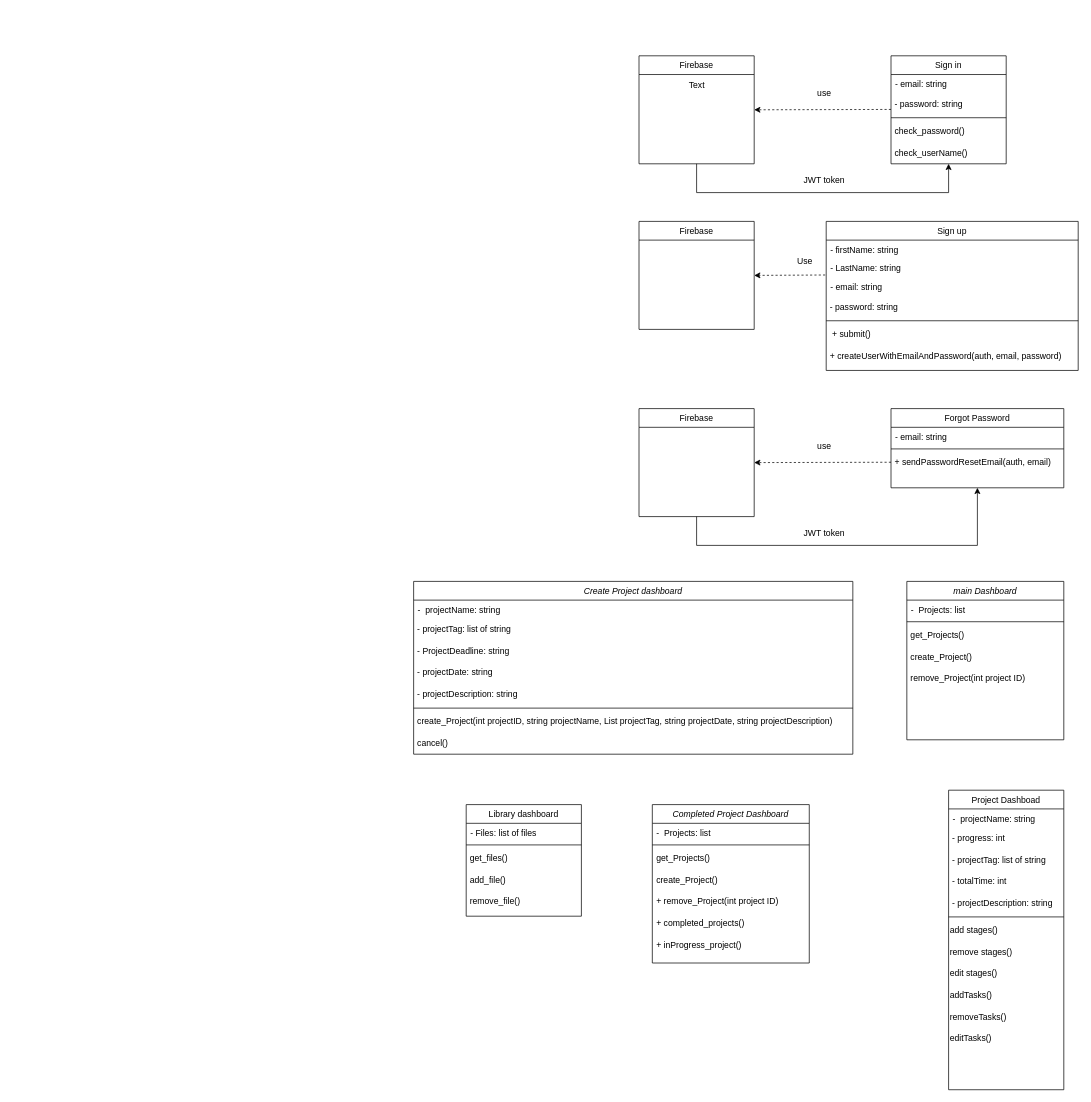
The draw.io diagram Documentation/Class Diagram.drawio in Caguilar92/HobbyPro, before the edit. Source tidied: cells renumbered, new cells numbered last; positions are measured from the earlier drawing's top-left corner, leaving out a move shared by most shapes. Both pictures are drawn from the tidied source at 72%, with x=0, y=0 at pixel (413, 55).
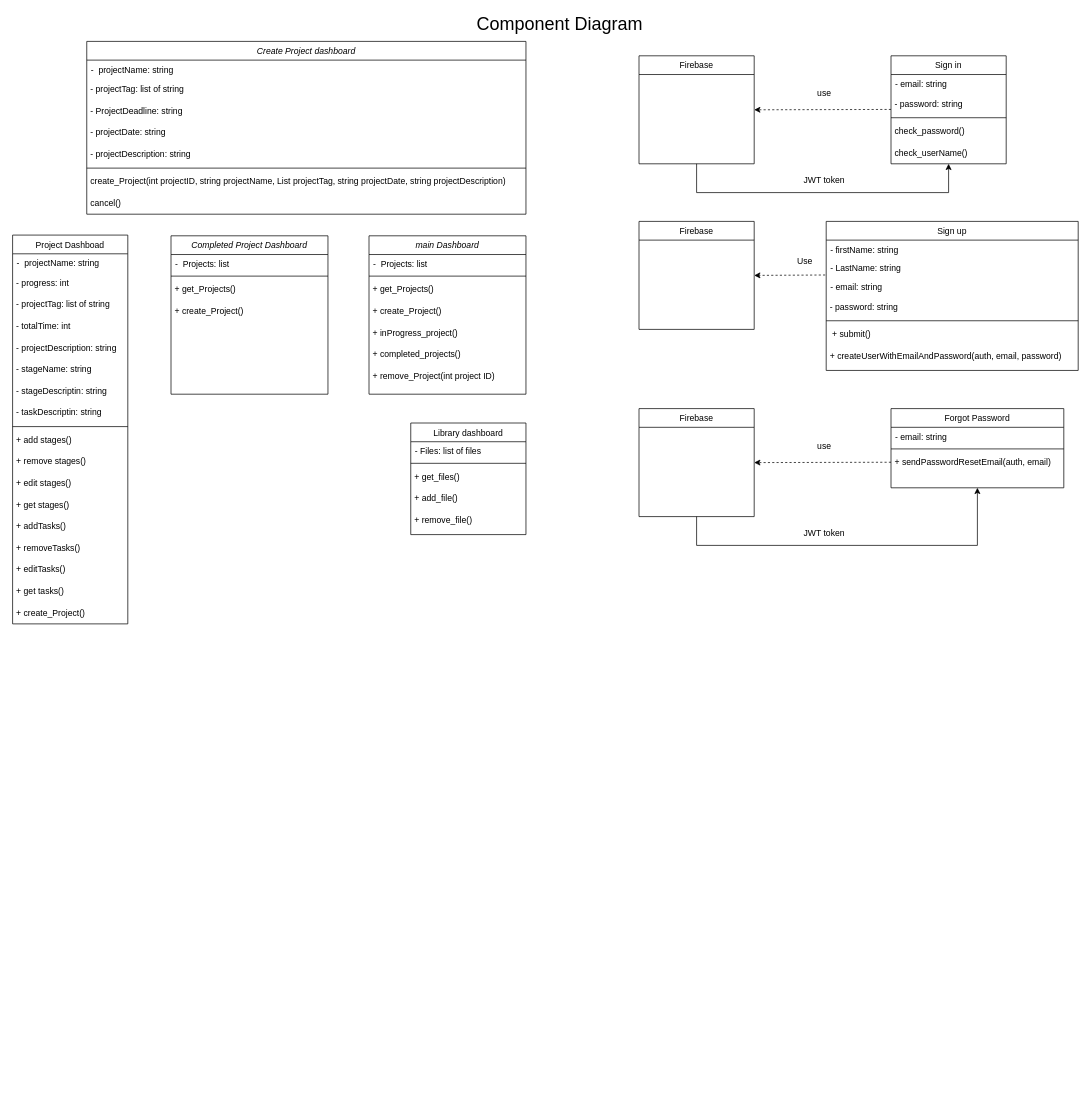
Above is the later version.

Commit message (it also covers changes not shown here):
fixes to class diagram and added png file for class diagram

Unchanged cells that the change refers to:
```xml
<mxCell id="34" value="Firebase" style="swimlane;fontStyle=0;align=center;verticalAlign=top;horizontal=1;startSize=26;rounded=0;shadow=0;strokeWidth=1;" parent="1" vertex="1">
  <mxGeometry x="313" width="160" height="150" as="geometry" />
</mxCell>
```

What changed in the source:
```diff
@@
     <mxCell id="2" value="main Dashboard " style="swimlane;fontStyle=2;align=center;verticalAlign=top;horizontal=1;startSize=26;rounded=0;shadow=0;strokeWidth=1;" parent="1" vertex="1">
-      <mxGeometry x="685" y="730" width="218" height="220" as="geometry" />
+      <mxGeometry x="-62" y="250" width="218" height="220" as="geometry" />
     </mxCell>
@@
-    <mxCell id="5" value="&amp;nbsp;get_Projects()" style="text;html=1;align=left;verticalAlign=middle;whiteSpace=wrap;rounded=0;" parent="2" vertex="1">
+    <mxCell id="5" value="&amp;nbsp;+ get_Projects()" style="text;html=1;align=left;verticalAlign=middle;whiteSpace=wrap;rounded=0;" parent="2" vertex="1">
       <mxGeometry y="60" width="218" height="30" as="geometry" />
     </mxCell>
-    <mxCell id="6" value="&lt;div align=&quot;left&quot;&gt;&amp;nbsp;create_Project()&lt;/div&gt;" style="text;html=1;align=left;verticalAlign=middle;strokeColor=none;fillColor=none;" parent="2" vertex="1">
+    <mxCell id="6" value="&amp;nbsp;+ create_Project()" style="text;html=1;align=left;verticalAlign=middle;strokeColor=none;fillColor=none;" parent="2" vertex="1">
       <mxGeometry y="90" width="218" height="30" as="geometry" />
     </mxCell>
+    <mxCell id="75" value="&amp;nbsp;+ inProgress_project()" style="text;html=1;align=left;verticalAlign=middle;whiteSpace=wrap;rounded=0;" parent="2" vertex="1">
+      <mxGeometry y="120" width="218" height="30" as="geometry" />
+    </mxCell>
+    <mxCell id="74" value="&amp;nbsp;+ completed_projects()" style="text;html=1;align=left;verticalAlign=middle;strokeColor=none;fillColor=none;" parent="2" vertex="1">
+      <mxGeometry y="150" width="218" height="30" as="geometry" />
+    </mxCell>
-    <mxCell id="7" value="&lt;div align=&quot;left&quot;&gt;&amp;nbsp;remove_Project(int project ID)&lt;/div&gt;" style="text;html=1;align=left;verticalAlign=middle;strokeColor=none;fillColor=none;" parent="2" vertex="1">
-      <mxGeometry y="120" width="218" height="30" as="geometry" />
+    <mxCell id="7" value="&amp;nbsp;+ remove_Project(int project ID)" style="text;html=1;align=left;verticalAlign=middle;strokeColor=none;fillColor=none;" parent="2" vertex="1">
+      <mxGeometry y="180" width="218" height="30" as="geometry" />
     </mxCell>
     <mxCell id="8" value="Library dashboard" style="swimlane;fontStyle=0;align=center;verticalAlign=top;horizontal=1;startSize=26;rounded=0;shadow=0;strokeWidth=1;" parent="1" vertex="1">
-      <mxGeometry x="73" y="1040" width="160" height="155" as="geometry" />
+      <mxGeometry x="-4" y="510" width="160" height="155" as="geometry" />
     </mxCell>
@@
-    <mxCell id="11" value="&amp;nbsp;get_files()" style="text;html=1;align=left;verticalAlign=middle;strokeColor=none;fillColor=none;" parent="8" vertex="1">
+    <mxCell id="11" value="&amp;nbsp;+ get_files()" style="text;html=1;align=left;verticalAlign=middle;strokeColor=none;fillColor=none;" parent="8" vertex="1">
       <mxGeometry y="60" width="160" height="30" as="geometry" />
     </mxCell>
-    <mxCell id="12" value="&lt;div align=&quot;left&quot;&gt;&amp;nbsp;add_file()&lt;/div&gt;" style="text;html=1;align=left;verticalAlign=middle;strokeColor=none;fillColor=none;" parent="8" vertex="1">
+    <mxCell id="12" value="&amp;nbsp;+ add_file()" style="text;html=1;align=left;verticalAlign=middle;strokeColor=none;fillColor=none;" parent="8" vertex="1">
       <mxGeometry y="90" width="160" height="30" as="geometry" />
     </mxCell>
-    <mxCell id="13" value="&amp;nbsp;remove_file()" style="text;html=1;align=left;verticalAlign=middle;strokeColor=none;fillColor=none;" parent="8" vertex="1">
+    <mxCell id="13" value="&amp;nbsp;+ remove_file()" style="text;html=1;align=left;verticalAlign=middle;strokeColor=none;fillColor=none;" parent="8" vertex="1">
       <mxGeometry y="120" width="160" height="30" as="geometry" />
     </mxCell>
     <mxCell id="14" value="Project Dashboad" style="swimlane;fontStyle=0;align=center;verticalAlign=top;horizontal=1;startSize=26;rounded=0;shadow=0;strokeWidth=1;" parent="1" vertex="1">
-      <mxGeometry x="743" y="1020" width="160" height="416" as="geometry" />
+      <mxGeometry x="-557" y="249" width="160" height="540" as="geometry" />
     </mxCell>
@@
+    <mxCell id="76" value="&lt;div align=&quot;left&quot;&gt;&amp;nbsp;- stageName: string&lt;/div&gt;" style="text;html=1;align=left;verticalAlign=middle;whiteSpace=wrap;rounded=0;" parent="14" vertex="1">
+      <mxGeometry y="172" width="160" height="30" as="geometry" />
+    </mxCell>
+    <mxCell id="77" value="&lt;div align=&quot;left&quot;&gt;&amp;nbsp;- stageDescriptin: string&lt;/div&gt;" style="text;html=1;align=left;verticalAlign=middle;whiteSpace=wrap;rounded=0;" parent="14" vertex="1">
+      <mxGeometry y="202" width="160" height="30" as="geometry" />
+    </mxCell>
+    <mxCell id="78" value="&lt;div align=&quot;left&quot;&gt;&amp;nbsp;- taskDescriptin: string&lt;/div&gt;" style="text;html=1;align=left;verticalAlign=middle;whiteSpace=wrap;rounded=0;" parent="14" vertex="1">
+      <mxGeometry y="232" width="160" height="30" as="geometry" />
+    </mxCell>
     <mxCell id="20" style="line;html=1;strokeWidth=1;align=left;verticalAlign=middle;spacingTop=-1;spacingLeft=3;spacingRight=3;labelPosition=right;" parent="14" vertex="1">
-      <mxGeometry y="172" width="160" height="8" as="geometry" />
+      <mxGeometry y="262" width="160" height="8" as="geometry" />
     </mxCell>
-    <mxCell id="21" value="&lt;div align=&quot;left&quot;&gt;add stages()&lt;/div&gt;" style="text;html=1;align=left;verticalAlign=middle;strokeColor=none;fillColor=none;" parent="14" vertex="1">
-      <mxGeometry y="180" width="160" height="30" as="geometry" />
+    <mxCell id="21" value="&amp;nbsp;+ add stages()" style="text;html=1;align=left;verticalAlign=middle;strokeColor=none;fillColor=none;" parent="14" vertex="1">
+      <mxGeometry y="270" width="160" height="30" as="geometry" />
     </mxCell>
-    <mxCell id="22" value="&lt;div align=&quot;left&quot;&gt;remove stages()&lt;/div&gt;" style="text;html=1;align=left;verticalAlign=middle;strokeColor=none;fillColor=none;" parent="14" vertex="1">
-      <mxGeometry y="210" width="160" height="30" as="geometry" />
+    <mxCell id="22" value="&amp;nbsp;+ remove stages()" style="text;html=1;align=left;verticalAlign=middle;strokeColor=none;fillColor=none;" parent="14" vertex="1">
+      <mxGeometry y="300" width="160" height="30" as="geometry" />
     </mxCell>
-    <mxCell id="23" value="&lt;div align=&quot;left&quot;&gt;edit stages()&lt;/div&gt;" style="text;html=1;align=left;verticalAlign=middle;strokeColor=none;fillColor=none;" parent="14" vertex="1">
-      <mxGeometry y="240" width="160" height="30" as="geometry" />
+    <mxCell id="23" value="&amp;nbsp;+ edit stages()" style="text;html=1;align=left;verticalAlign=middle;strokeColor=none;fillColor=none;" parent="14" vertex="1">
+      <mxGeometry y="330" width="160" height="30" as="geometry" />
     </mxCell>
+    <mxCell id="79" value="&amp;nbsp;+ get stages()" style="text;html=1;align=left;verticalAlign=middle;strokeColor=none;fillColor=none;" parent="14" vertex="1">
+      <mxGeometry y="360" width="160" height="30" as="geometry" />
+    </mxCell>
-    <mxCell id="24" value="&lt;div align=&quot;left&quot;&gt;addTasks()&lt;/div&gt;" style="text;html=1;align=left;verticalAlign=middle;strokeColor=none;fillColor=none;" parent="14" vertex="1">
-      <mxGeometry y="270" width="160" height="30" as="geometry" />
+    <mxCell id="24" value="&amp;nbsp;+ addTasks()" style="text;html=1;align=left;verticalAlign=middle;strokeColor=none;fillColor=none;" parent="14" vertex="1">
+      <mxGeometry y="390" width="160" height="30" as="geometry" />
     </mxCell>
-    <mxCell id="25" value="&lt;div align=&quot;left&quot;&gt;removeTasks()&lt;/div&gt;" style="text;html=1;align=left;verticalAlign=middle;strokeColor=none;fillColor=none;" parent="14" vertex="1">
-      <mxGeometry y="300" width="160" height="30" as="geometry" />
+    <mxCell id="25" value="&lt;div align=&quot;left&quot;&gt;&amp;nbsp;+ removeTasks()&lt;/div&gt;" style="text;html=1;align=left;verticalAlign=middle;strokeColor=none;fillColor=none;" parent="14" vertex="1">
+      <mxGeometry y="420" width="160" height="30" as="geometry" />
     </mxCell>
-    <mxCell id="26" value="&lt;div align=&quot;left&quot;&gt;editTasks()&lt;/div&gt;" style="text;html=1;align=left;verticalAlign=middle;strokeColor=none;fillColor=none;" parent="14" vertex="1">
-      <mxGeometry y="330" width="160" height="30" as="geometry" />
+    <mxCell id="26" value="&lt;div align=&quot;left&quot;&gt;&amp;nbsp;+ editTasks()&lt;/div&gt;" style="text;html=1;align=left;verticalAlign=middle;strokeColor=none;fillColor=none;" parent="14" vertex="1">
+      <mxGeometry y="450" width="160" height="30" as="geometry" />
     </mxCell>
+    <mxCell id="80" value="&amp;nbsp;+ get tasks()" style="text;html=1;align=left;verticalAlign=middle;strokeColor=none;fillColor=none;" parent="14" vertex="1">
+      <mxGeometry y="480" width="160" height="30" as="geometry" />
+    </mxCell>
+    <mxCell id="81" value="&amp;nbsp;+ create_Project()" style="text;html=1;align=left;verticalAlign=middle;strokeColor=none;fillColor=none;" parent="14" vertex="1">
+      <mxGeometry y="510" width="160" height="30" as="geometry" />
+    </mxCell>
@@
-    <mxCell id="35" value="Text" style="text;html=1;align=center;verticalAlign=middle;strokeColor=none;fillColor=none;" parent="34" vertex="1">
-      <mxGeometry y="26" width="160" height="30" as="geometry" />
-    </mxCell>
@@
     <mxCell id="59" value="Create Project dashboard" style="swimlane;fontStyle=2;align=center;verticalAlign=top;horizontal=1;startSize=26;rounded=0;shadow=0;strokeWidth=1;" parent="1" vertex="1">
-      <mxGeometry y="730" width="610" height="240" as="geometry" />
+      <mxGeometry x="-454" y="-20" width="610" height="240" as="geometry" />
     </mxCell>
@@
     <mxCell id="68" value="Completed Project Dashboard" style="swimlane;fontStyle=2;align=center;verticalAlign=top;horizontal=1;startSize=26;rounded=0;shadow=0;strokeWidth=1;" parent="1" vertex="1">
-      <mxGeometry x="331.5" y="1040" width="218" height="220" as="geometry" />
+      <mxGeometry x="-337" y="250" width="218" height="220" as="geometry" />
     </mxCell>
@@
-    <mxCell id="71" value="&amp;nbsp;get_Projects()" style="text;html=1;align=left;verticalAlign=middle;whiteSpace=wrap;rounded=0;" parent="68" vertex="1">
+    <mxCell id="71" value="&amp;nbsp;+ get_Projects()" style="text;html=1;align=left;verticalAlign=middle;whiteSpace=wrap;rounded=0;" parent="68" vertex="1">
       <mxGeometry y="60" width="218" height="30" as="geometry" />
     </mxCell>
-    <mxCell id="72" value="&lt;div align=&quot;left&quot;&gt;&amp;nbsp;create_Project()&lt;/div&gt;" style="text;html=1;align=left;verticalAlign=middle;strokeColor=none;fillColor=none;" parent="68" vertex="1">
+    <mxCell id="72" value="&amp;nbsp;+ create_Project()" style="text;html=1;align=left;verticalAlign=middle;strokeColor=none;fillColor=none;" parent="68" vertex="1">
       <mxGeometry y="90" width="218" height="30" as="geometry" />
     </mxCell>
-    <mxCell id="73" value="&amp;nbsp;+ remove_Project(int project ID)" style="text;html=1;align=left;verticalAlign=middle;strokeColor=none;fillColor=none;" parent="68" vertex="1">
-      <mxGeometry y="120" width="218" height="30" as="geometry" />
-    </mxCell>
-    <mxCell id="74" value="&amp;nbsp;+ completed_projects()" style="text;html=1;align=left;verticalAlign=middle;strokeColor=none;fillColor=none;" parent="68" vertex="1">
-      <mxGeometry y="150" width="218" height="30" as="geometry" />
-    </mxCell>
-    <mxCell id="75" value="&amp;nbsp;+ inProgress_project()" style="text;html=1;align=left;verticalAlign=middle;whiteSpace=wrap;rounded=0;" parent="68" vertex="1">
-      <mxGeometry y="180" width="218" height="30" as="geometry" />
-    </mxCell>
+    <mxCell id="82" value="&lt;font style=&quot;font-size: 25px;&quot;&gt;Component Diagram&lt;br&gt;&lt;/font&gt;" style="text;html=1;align=center;verticalAlign=middle;whiteSpace=wrap;rounded=0;" parent="1" vertex="1">
+      <mxGeometry x="63" y="-60" width="280" height="30" as="geometry" />
+    </mxCell>
```
